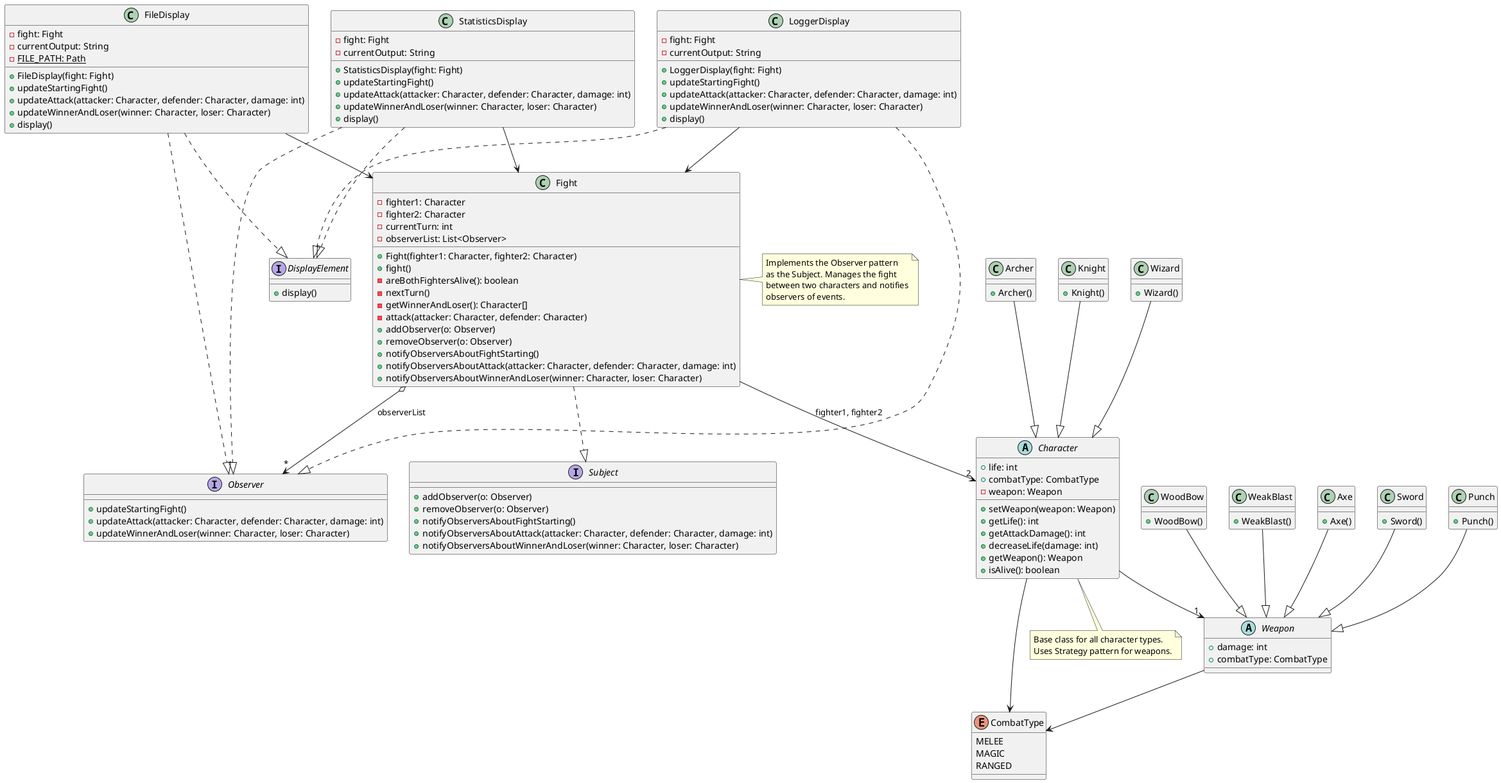
Above: 4-videogame/uml.png in ignacioDias/oo-design-2024 (PlantUML), before the change. Its diagram source:
```plantuml
@startuml videogame

enum CombatType {
    MELEE
    MAGIC
    RANGED
}

interface Observer {
    +updateStartingFight()
    +updateAttack(attacker: Character, defender: Character, damage: int)
    +updateWinnerAndLoser(winner: Character, loser: Character)
}

interface Subject {
    +addObserver(o: Observer)
    +removeObserver(o: Observer)
    +notifyObserversAboutFightStarting()
    +notifyObserversAboutAttack(attacker: Character, defender: Character, damage: int)
    +notifyObserversAboutWinnerAndLoser(winner: Character, loser: Character)
}

interface DisplayElement {
    +display()
}

class Fight {
    -fighter1: Character
    -fighter2: Character
    -currentTurn: int
    -observerList: List<Observer>
    +Fight(fighter1: Character, fighter2: Character)
    +fight()
    -areBothFightersAlive(): boolean
    -nextTurn()
    -getWinnerAndLoser(): Character[]
    -attack(attacker: Character, defender: Character)
    +addObserver(o: Observer)
    +removeObserver(o: Observer)
    +notifyObserversAboutFightStarting()
    +notifyObserversAboutAttack(attacker: Character, defender: Character, damage: int)
    +notifyObserversAboutWinnerAndLoser(winner: Character, loser: Character)
}

abstract class Character {
    +life: int
    +combatType: CombatType
    -weapon: Weapon
    +setWeapon(weapon: Weapon)
    +getLife(): int
    +getAttackDamage(): int
    +decreaseLife(damage: int)
    +getWeapon(): Weapon
    +isAlive(): boolean
}

class Archer {
    +Archer()
}

class Knight {
    +Knight()
}

class Wizard {
    +Wizard()
}

abstract class Weapon {
    +damage: int
    +combatType: CombatType
}

class Axe {
    +Axe()
}

class Sword {
    +Sword()
}

class Punch {
    +Punch()
}

class WoodBow {
    +WoodBow()
}

class WeakBlast {
    +WeakBlast()
}

class FileDisplay {
    -fight: Fight
    -currentOutput: String
    -{static} FILE_PATH: Path
    +FileDisplay(fight: Fight)
    +updateStartingFight()
    +updateAttack(attacker: Character, defender: Character, damage: int)
    +updateWinnerAndLoser(winner: Character, loser: Character)
    +display()
}

class LoggerDisplay {
    -fight: Fight
    -currentOutput: String
    +LoggerDisplay(fight: Fight)
    +updateStartingFight()
    +updateAttack(attacker: Character, defender: Character, damage: int)
    +updateWinnerAndLoser(winner: Character, loser: Character)
    +display()
}

class StatisticsDisplay {
    -fight: Fight
    -currentOutput: String
    +StatisticsDisplay(fight: Fight)
    +updateStartingFight()
    +updateAttack(attacker: Character, defender: Character, damage: int)
    +updateWinnerAndLoser(winner: Character, loser: Character)
    +display()
}

Fight ..|> Subject
Fight --> "2" Character: fighter1, fighter2
Fight o--> "*" Observer: observerList

Character --> CombatType
Character --> "1" Weapon

Archer --|> Character
Knight --|> Character
Wizard --|> Character

Weapon --> CombatType

Axe --|> Weapon
Sword --|> Weapon
Punch --|> Weapon
WoodBow --|> Weapon
WeakBlast --|> Weapon

FileDisplay ..|> Observer
FileDisplay ..|> DisplayElement
FileDisplay --> Fight

LoggerDisplay ..|> Observer
LoggerDisplay ..|> DisplayElement
LoggerDisplay --> Fight

StatisticsDisplay ..|> Observer
StatisticsDisplay ..|> DisplayElement
StatisticsDisplay --> Fight

note right of Fight
    Implements the Observer pattern
    as the Subject. Manages the fight
    between two characters and notifies
    observers of events.
end note

note bottom of Character
    Base class for all character types.
    Uses Strategy pattern for weapons.
end note

@enduml
```
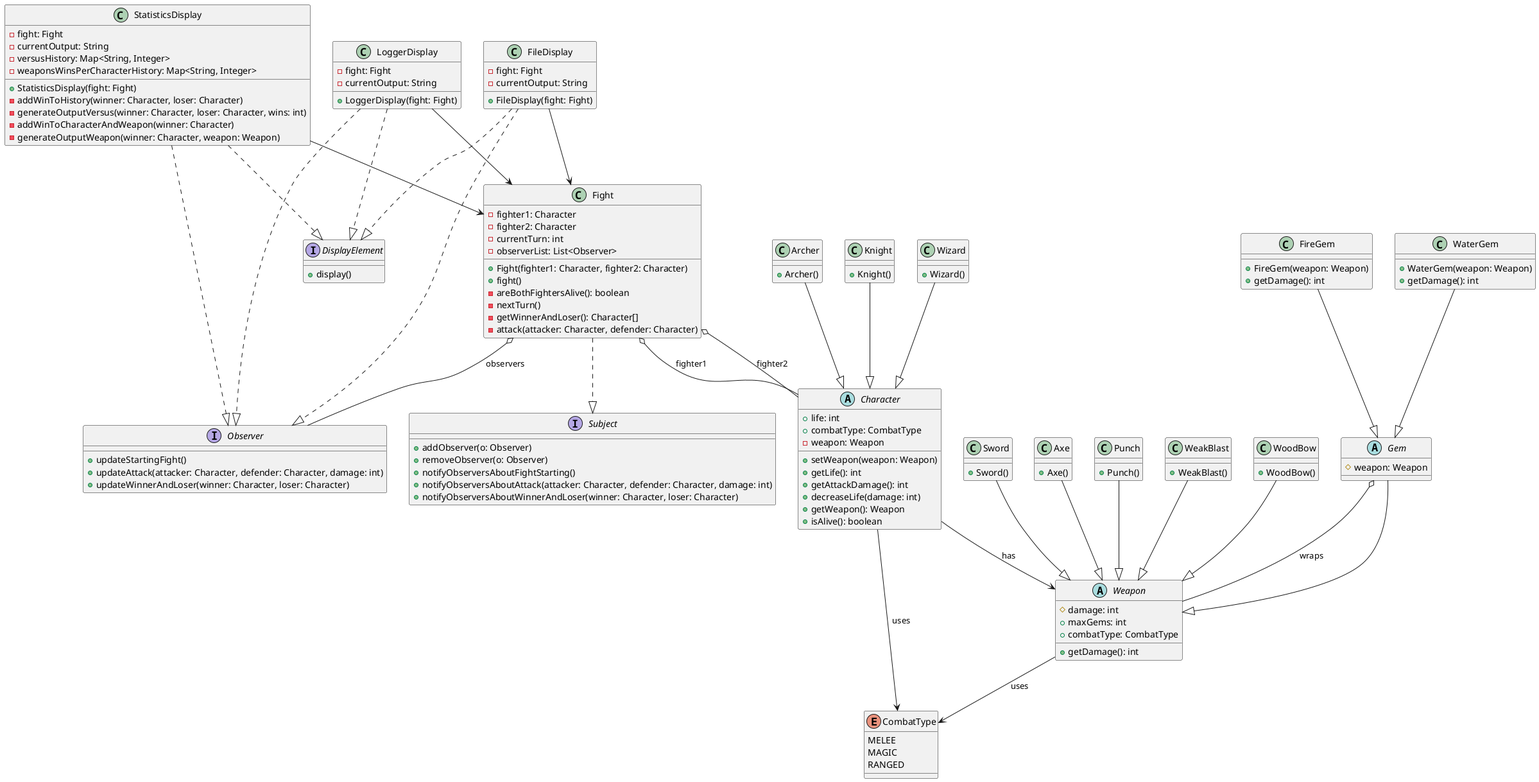
Above is the later version.

Diff of the diagram source:
```diff
@@ -1,168 +1,163 @@
 @startuml videogame
 
-enum CombatType {
-    MELEE
-    MAGIC
-    RANGED
-}
-
 interface Observer {
-    +updateStartingFight()
-    +updateAttack(attacker: Character, defender: Character, damage: int)
-    +updateWinnerAndLoser(winner: Character, loser: Character)
+  +updateStartingFight()
+  +updateAttack(attacker: Character, defender: Character, damage: int)
+  +updateWinnerAndLoser(winner: Character, loser: Character)
 }
 
 interface Subject {
-    +addObserver(o: Observer)
-    +removeObserver(o: Observer)
-    +notifyObserversAboutFightStarting()
-    +notifyObserversAboutAttack(attacker: Character, defender: Character, damage: int)
-    +notifyObserversAboutWinnerAndLoser(winner: Character, loser: Character)
+  +addObserver(o: Observer)
+  +removeObserver(o: Observer)
+  +notifyObserversAboutFightStarting()
+  +notifyObserversAboutAttack(attacker: Character, defender: Character, damage: int)
+  +notifyObserversAboutWinnerAndLoser(winner: Character, loser: Character)
 }
 
 interface DisplayElement {
-    +display()
+  +display()
+}
+
+enum CombatType {
+  MELEE
+  MAGIC
+  RANGED
 }
 
 class Fight {
-    -fighter1: Character
-    -fighter2: Character
-    -currentTurn: int
-    -observerList: List<Observer>
-    +Fight(fighter1: Character, fighter2: Character)
-    +fight()
-    -areBothFightersAlive(): boolean
-    -nextTurn()
-    -getWinnerAndLoser(): Character[]
-    -attack(attacker: Character, defender: Character)
-    +addObserver(o: Observer)
-    +removeObserver(o: Observer)
-    +notifyObserversAboutFightStarting()
-    +notifyObserversAboutAttack(attacker: Character, defender: Character, damage: int)
-    +notifyObserversAboutWinnerAndLoser(winner: Character, loser: Character)
+  -fighter1: Character
+  -fighter2: Character
+  -currentTurn: int
+  -observerList: List<Observer>
+  +Fight(fighter1: Character, fighter2: Character)
+  +fight()
+  -areBothFightersAlive(): boolean
+  -nextTurn()
+  -getWinnerAndLoser(): Character[]
+  -attack(attacker: Character, defender: Character)
 }
 
 abstract class Character {
-    +life: int
-    +combatType: CombatType
-    -weapon: Weapon
-    +setWeapon(weapon: Weapon)
-    +getLife(): int
-    +getAttackDamage(): int
-    +decreaseLife(damage: int)
-    +getWeapon(): Weapon
-    +isAlive(): boolean
+  +life: int
+  +combatType: CombatType
+  -weapon: Weapon
+  +setWeapon(weapon: Weapon)
+  +getLife(): int
+  +getAttackDamage(): int
+  +decreaseLife(damage: int)
+  +getWeapon(): Weapon
+  +isAlive(): boolean
 }
 
 class Archer {
-    +Archer()
+  +Archer()
 }
 
 class Knight {
-    +Knight()
+  +Knight()
 }
 
 class Wizard {
-    +Wizard()
+  +Wizard()
 }
 
 abstract class Weapon {
-    +damage: int
-    +combatType: CombatType
+  #damage: int
+  +maxGems: int
+  +combatType: CombatType
+  +getDamage(): int
+}
+
+class Sword {
+  +Sword()
 }
 
 class Axe {
-    +Axe()
-}
-
-class Sword {
-    +Sword()
+  +Axe()
 }
 
 class Punch {
-    +Punch()
+  +Punch()
+}
+
+class WeakBlast {
+  +WeakBlast()
 }
 
 class WoodBow {
-    +WoodBow()
+  +WoodBow()
 }
 
-class WeakBlast {
-    +WeakBlast()
+abstract class Gem {
+  #weapon: Weapon
+}
+
+class FireGem {
+  +FireGem(weapon: Weapon)
+  +getDamage(): int
+}
+
+class WaterGem {
+  +WaterGem(weapon: Weapon)
+  +getDamage(): int
 }
 
 class FileDisplay {
-    -fight: Fight
-    -currentOutput: String
-    -{static} FILE_PATH: Path
-    +FileDisplay(fight: Fight)
-    +updateStartingFight()
-    +updateAttack(attacker: Character, defender: Character, damage: int)
-    +updateWinnerAndLoser(winner: Character, loser: Character)
-    +display()
+  -fight: Fight
+  -currentOutput: String
+  +FileDisplay(fight: Fight)
 }
 
 class LoggerDisplay {
-    -fight: Fight
-    -currentOutput: String
-    +LoggerDisplay(fight: Fight)
-    +updateStartingFight()
-    +updateAttack(attacker: Character, defender: Character, damage: int)
-    +updateWinnerAndLoser(winner: Character, loser: Character)
-    +display()
+  -fight: Fight
+  -currentOutput: String
+  +LoggerDisplay(fight: Fight)
 }
 
 class StatisticsDisplay {
-    -fight: Fight
-    -currentOutput: String
-    +StatisticsDisplay(fight: Fight)
-    +updateStartingFight()
-    +updateAttack(attacker: Character, defender: Character, damage: int)
-    +updateWinnerAndLoser(winner: Character, loser: Character)
-    +display()
+  -fight: Fight
+  -currentOutput: String
+  -versusHistory: Map<String, Integer>
+  -weaponsWinsPerCharacterHistory: Map<String, Integer>
+  +StatisticsDisplay(fight: Fight)
+  -addWinToHistory(winner: Character, loser: Character)
+  -generateOutputVersus(winner: Character, loser: Character, wins: int)
+  -addWinToCharacterAndWeapon(winner: Character)
+  -generateOutputWeapon(winner: Character, weapon: Weapon)
 }
 
 Fight ..|> Subject
-Fight --> "2" Character: fighter1, fighter2
-Fight o--> "*" Observer: observerList
+FileDisplay ..|> Observer
+LoggerDisplay ..|> Observer
+StatisticsDisplay ..|> Observer
 
-Character --> CombatType
-Character --> "1" Weapon
+FileDisplay ..|> DisplayElement
+LoggerDisplay ..|> DisplayElement
+StatisticsDisplay ..|> DisplayElement
 
 Archer --|> Character
 Knight --|> Character
 Wizard --|> Character
 
-Weapon --> CombatType
+Sword --|> Weapon
+Axe --|> Weapon
+Punch --|> Weapon
+WeakBlast --|> Weapon
+WoodBow --|> Weapon
 
-Axe --|> Weapon
-Sword --|> Weapon
-Punch --|> Weapon
-WoodBow --|> Weapon
-WeakBlast --|> Weapon
+Gem --|> Weapon
+FireGem --|> Gem
+WaterGem --|> Gem
 
-FileDisplay ..|> Observer
-FileDisplay ..|> DisplayElement
+Fight o-- Character : fighter1
+Fight o-- Character : fighter2
+Fight o-- Observer : observers
+Character --> Weapon : has
+Character --> CombatType : uses
+Weapon --> CombatType : uses
+Gem o-- Weapon : wraps
 FileDisplay --> Fight
-
-LoggerDisplay ..|> Observer
-LoggerDisplay ..|> DisplayElement
 LoggerDisplay --> Fight
-
-StatisticsDisplay ..|> Observer
-StatisticsDisplay ..|> DisplayElement
 StatisticsDisplay --> Fight
 
-note right of Fight
-    Implements the Observer pattern
-    as the Subject. Manages the fight
-    between two characters and notifies
-    observers of events.
-end note
-
-note bottom of Character
-    Base class for all character types.
-    Uses Strategy pattern for weapons.
-end note
-
 @enduml
```
